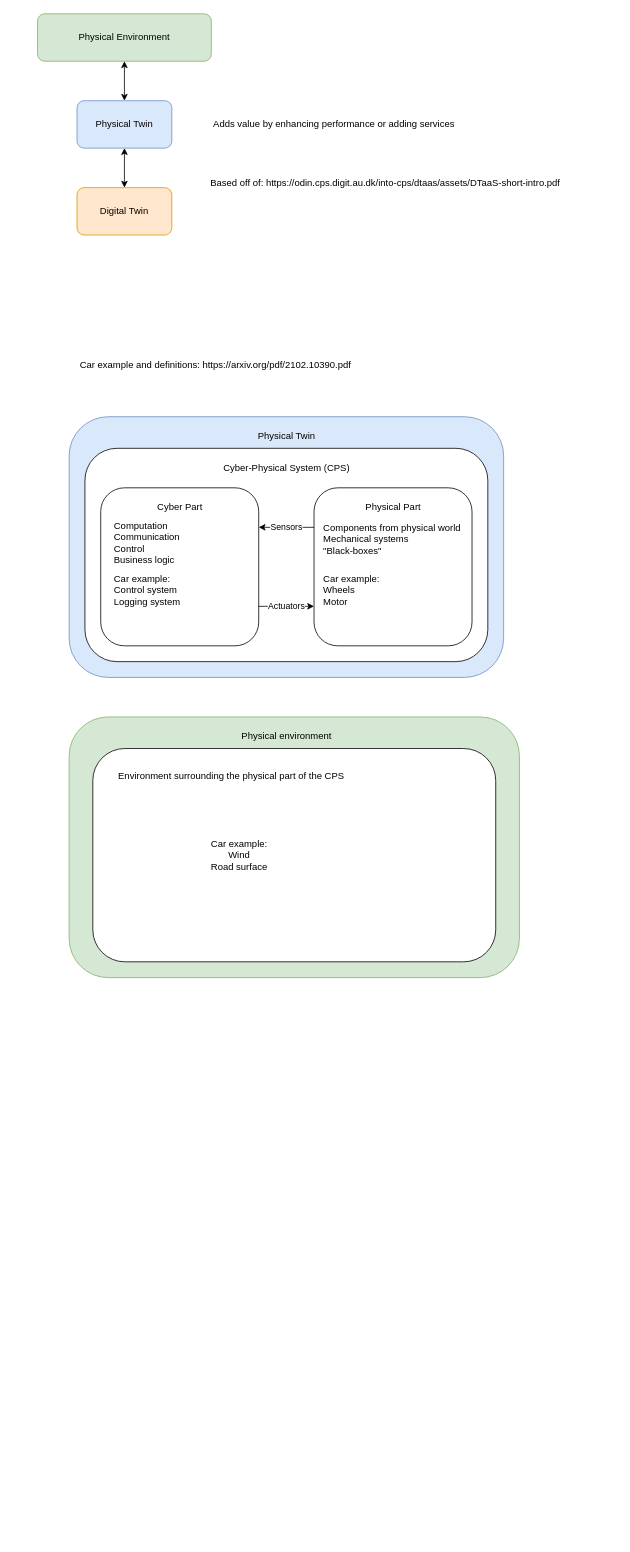
mortenhaahr/ThesisPlayground keeps this draw.io diagram as page "Page-1" (1 of 2) of drawings/digital_twin_overview.drawio. Above is the earlier version. Source tidied: cells renumbered, new cells numbered last; positions are measured from the earlier drawing's top-left corner, leaving out a move shared by most shapes. Both pictures are drawn from the tidied source at 79%, with x=0, y=0 at pixel (37, 13).
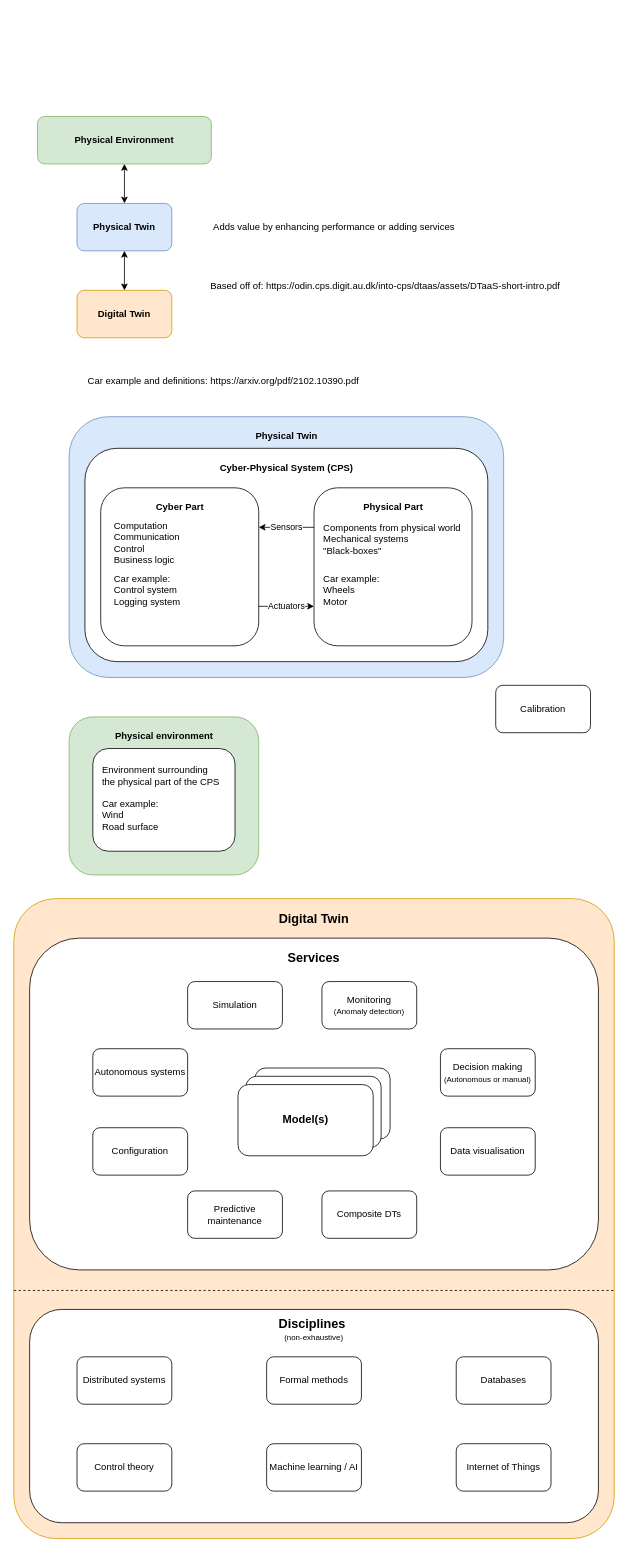
The same diagram, later.

Commit message (it also covers changes not shown here):
Worked on diagram

Diff of the diagram source:
```diff
@@
-    <mxCell id="2" value="Physical Environment" style="rounded=1;whiteSpace=wrap;html=1;fillColor=#d5e8d4;strokeColor=#82b366;" parent="1" vertex="1">
-      <mxGeometry width="220" height="60" as="geometry" />
+    <mxCell id="2" value="&lt;b&gt;Physical Environment&lt;/b&gt;" style="rounded=1;whiteSpace=wrap;html=1;fillColor=#d5e8d4;strokeColor=#82b366;" parent="1" vertex="1">
+      <mxGeometry y="130" width="220" height="60" as="geometry" />
     </mxCell>
@@
-    <mxCell id="4" value="Physical Twin" style="rounded=1;whiteSpace=wrap;html=1;fillColor=#dae8fc;strokeColor=#6c8ebf;" parent="1" vertex="1">
-      <mxGeometry x="50" y="110" width="120" height="60" as="geometry" />
+    <mxCell id="4" value="&lt;b&gt;Physical Twin&lt;/b&gt;" style="rounded=1;whiteSpace=wrap;html=1;fillColor=#dae8fc;strokeColor=#6c8ebf;" parent="1" vertex="1">
+      <mxGeometry x="50" y="240" width="120" height="60" as="geometry" />
     </mxCell>
@@
-    <mxCell id="6" value="Digital Twin" style="rounded=1;whiteSpace=wrap;html=1;fillColor=#ffe6cc;strokeColor=#d79b00;" parent="1" vertex="1">
-      <mxGeometry x="50" y="220" width="120" height="60" as="geometry" />
+    <mxCell id="6" value="&lt;b&gt;Digital Twin&lt;/b&gt;" style="rounded=1;whiteSpace=wrap;html=1;fillColor=#ffe6cc;strokeColor=#d79b00;" parent="1" vertex="1">
+      <mxGeometry x="50" y="350" width="120" height="60" as="geometry" />
     </mxCell>
     <mxCell id="7" value="Adds value by enhancing performance or adding services" style="text;html=1;align=center;verticalAlign=middle;strokeColor=none;fillColor=none;" parent="1" vertex="1">
-      <mxGeometry x="205" y="125" width="340" height="30" as="geometry" />
+      <mxGeometry x="205" y="255" width="340" height="30" as="geometry" />
     </mxCell>
     <mxCell id="8" value="Based off of:&amp;nbsp;https://odin.cps.digit.au.dk/into-cps/dtaas/assets/DTaaS-short-intro.pdf" style="text;html=1;align=center;verticalAlign=middle;strokeColor=none;fillColor=none;" parent="1" vertex="1">
-      <mxGeometry x="205" y="200" width="470" height="30" as="geometry" />
+      <mxGeometry x="205" y="330" width="470" height="30" as="geometry" />
     </mxCell>
@@
-    <mxCell id="11" value="Physical Twin" style="text;html=1;align=center;verticalAlign=middle;strokeColor=none;fillColor=none;" parent="1" vertex="1">
+    <mxCell id="11" value="Physical Twin" style="text;html=1;align=center;verticalAlign=middle;strokeColor=none;fillColor=none;fontStyle=1;" parent="1" vertex="1">
       <mxGeometry x="265" y="520" width="100" height="30" as="geometry" />
     </mxCell>
-    <mxCell id="12" value="Cyber-Physical System (CPS)" style="text;html=1;align=center;verticalAlign=middle;strokeColor=none;fillColor=none;" parent="1" vertex="1">
+    <mxCell id="12" value="Cyber-Physical System (CPS)" style="text;html=1;align=center;verticalAlign=middle;strokeColor=none;fillColor=none;fontStyle=1;" parent="1" vertex="1">
       <mxGeometry x="220" y="560" width="190" height="30" as="geometry" />
     </mxCell>
@@
-    <mxCell id="15" value="Cyber Part" style="text;html=1;align=center;verticalAlign=middle;strokeColor=none;fillColor=none;" parent="1" vertex="1">
-      <mxGeometry x="140" y="610" width="80" height="30" as="geometry" />
+    <mxCell id="15" value="Cyber Part" style="text;html=1;align=center;verticalAlign=middle;strokeColor=none;fillColor=none;fontStyle=1;" parent="1" vertex="1">
+      <mxGeometry x="135" y="610" width="90" height="30" as="geometry" />
     </mxCell>
-    <mxCell id="16" value="Physical Part" style="text;html=1;align=center;verticalAlign=middle;strokeColor=none;fillColor=none;" parent="1" vertex="1">
-      <mxGeometry x="405" y="610" width="90" height="30" as="geometry" />
+    <mxCell id="16" value="Physical Part" style="text;html=1;align=center;verticalAlign=middle;strokeColor=none;fillColor=none;fontStyle=1;" parent="1" vertex="1">
+      <mxGeometry x="400" y="610" width="100" height="30" as="geometry" />
     </mxCell>
@@
-    <mxCell id="18" value="&lt;div style=&quot;text-align: left;&quot;&gt;&lt;br&gt;&lt;/div&gt;" style="text;html=1;align=center;verticalAlign=middle;strokeColor=none;fillColor=none;" parent="1" vertex="1">
-      <mxGeometry x="580" y="405" width="20" height="30" as="geometry" />
-    </mxCell>
@@
     <mxCell id="24" value="Car example and definitions:&amp;nbsp;https://arxiv.org/pdf/2102.10390.pdf" style="text;html=1;align=center;verticalAlign=middle;strokeColor=none;fillColor=none;" parent="1" vertex="1">
-      <mxGeometry x="40" y="430" width="370" height="30" as="geometry" />
+      <mxGeometry x="50" y="450" width="370" height="30" as="geometry" />
     </mxCell>
     <mxCell id="25" style="rounded=1;whiteSpace=wrap;html=1;fillColor=#d5e8d4;strokeColor=#82b366;" parent="1" vertex="1">
-      <mxGeometry x="40" y="890" width="570" height="330" as="geometry" />
+      <mxGeometry x="40" y="890" width="240" height="200" as="geometry" />
     </mxCell>
-    <mxCell id="26" value="Physical environment" style="text;html=1;align=center;verticalAlign=middle;strokeColor=none;fillColor=none;" parent="1" vertex="1">
-      <mxGeometry x="245" y="900" width="140" height="30" as="geometry" />
+    <mxCell id="26" value="Physical environment" style="text;html=1;align=center;verticalAlign=middle;strokeColor=none;fillColor=none;fontStyle=1;" parent="1" vertex="1">
+      <mxGeometry x="85" y="900" width="150" height="30" as="geometry" />
     </mxCell>
     <mxCell id="27" style="rounded=1;whiteSpace=wrap;html=1;" parent="1" vertex="1">
-      <mxGeometry x="70" y="930" width="510" height="270" as="geometry" />
+      <mxGeometry x="70" y="930" width="180" height="130" as="geometry" />
     </mxCell>
-    <mxCell id="28" value="Environment surrounding the physical part of the CPS" style="text;html=1;align=center;verticalAlign=middle;strokeColor=none;fillColor=none;" parent="1" vertex="1">
-      <mxGeometry x="90" y="950" width="310" height="30" as="geometry" />
+    <mxCell id="28" value="Environment surrounding&lt;br&gt;the physical part of the CPS" style="text;html=1;align=left;verticalAlign=middle;strokeColor=none;fillColor=none;" parent="1" vertex="1">
+      <mxGeometry x="80" y="945" width="170" height="40" as="geometry" />
     </mxCell>
-    <mxCell id="29" value="Car example:&lt;br&gt;Wind&lt;br&gt;Road surface" style="text;html=1;align=center;verticalAlign=middle;strokeColor=none;fillColor=none;" parent="1" vertex="1">
-      <mxGeometry x="205" y="1035" width="100" height="60" as="geometry" />
+    <mxCell id="29" value="Car example:&lt;br&gt;Wind&lt;br&gt;Road surface" style="text;html=1;align=left;verticalAlign=middle;strokeColor=none;fillColor=none;" parent="1" vertex="1">
+      <mxGeometry x="80" y="985" width="100" height="60" as="geometry" />
     </mxCell>
+    <mxCell id="30" value="Calibration" style="rounded=1;whiteSpace=wrap;html=1;" parent="1" vertex="1">
+      <mxGeometry x="580" y="850" width="120" height="60" as="geometry" />
+    </mxCell>
+    <mxCell id="31" style="rounded=1;whiteSpace=wrap;html=1;fillColor=#ffe6cc;strokeColor=#d79b00;arcSize=7;" parent="1" vertex="1">
+      <mxGeometry x="-30" y="1120" width="760" height="810" as="geometry" />
+    </mxCell>
+    <mxCell id="32" style="rounded=1;whiteSpace=wrap;html=1;" parent="1" vertex="1">
+      <mxGeometry x="-10" y="1170" width="720" height="420" as="geometry" />
+    </mxCell>
+    <mxCell id="33" value="&lt;font style=&quot;font-size: 16px;&quot;&gt;Digital Twin&lt;/font&gt;" style="text;html=1;strokeColor=none;fillColor=none;align=center;verticalAlign=middle;whiteSpace=wrap;rounded=0;fontStyle=1;" parent="1" vertex="1">
+      <mxGeometry x="211.9" y="1120" width="276.2" height="50" as="geometry" />
+    </mxCell>
+    <mxCell id="34" value="&lt;b&gt;&lt;font style=&quot;font-size: 16px;&quot;&gt;Services&lt;/font&gt;&lt;/b&gt;" style="text;html=1;strokeColor=none;fillColor=none;align=center;verticalAlign=middle;whiteSpace=wrap;rounded=0;" parent="1" vertex="1">
+      <mxGeometry x="320" y="1180" width="60" height="30" as="geometry" />
+    </mxCell>
+    <mxCell id="35" value="Simulation" style="rounded=1;whiteSpace=wrap;html=1;" parent="1" vertex="1">
+      <mxGeometry x="190" y="1225" width="120" height="60" as="geometry" />
+    </mxCell>
+    <mxCell id="36" value="Monitoring&lt;br&gt;&lt;font style=&quot;font-size: 10px;&quot;&gt;(Anomaly detection)&lt;/font&gt;" style="rounded=1;whiteSpace=wrap;html=1;" parent="1" vertex="1">
+      <mxGeometry x="360" y="1225" width="120" height="60" as="geometry" />
+    </mxCell>
+    <mxCell id="37" value="Decision making&lt;br&gt;&lt;font style=&quot;font-size: 10px;&quot;&gt;(Autonomous or manual)&lt;/font&gt;" style="rounded=1;whiteSpace=wrap;html=1;" parent="1" vertex="1">
+      <mxGeometry x="510" y="1310" width="120" height="60" as="geometry" />
+    </mxCell>
+    <mxCell id="38" value="Autonomous systems" style="rounded=1;whiteSpace=wrap;html=1;" parent="1" vertex="1">
+      <mxGeometry x="70" y="1310" width="120" height="60" as="geometry" />
+    </mxCell>
+    <mxCell id="39" value="Configuration" style="rounded=1;whiteSpace=wrap;html=1;" parent="1" vertex="1">
+      <mxGeometry x="70" y="1410" width="120" height="60" as="geometry" />
+    </mxCell>
+    <mxCell id="40" value="Predictive maintenance" style="rounded=1;whiteSpace=wrap;html=1;" parent="1" vertex="1">
+      <mxGeometry x="190" y="1490" width="120" height="60" as="geometry" />
+    </mxCell>
+    <mxCell id="41" value="Composite DTs" style="rounded=1;whiteSpace=wrap;html=1;" parent="1" vertex="1">
+      <mxGeometry x="360" y="1490" width="120" height="60" as="geometry" />
+    </mxCell>
+    <mxCell id="42" value="Data visualisation" style="rounded=1;whiteSpace=wrap;html=1;" parent="1" vertex="1">
+      <mxGeometry x="510" y="1410" width="120" height="60" as="geometry" />
+    </mxCell>
+    <mxCell id="43" style="group;" parent="1" vertex="1">
+      <mxGeometry x="253.8" y="1334.4" width="192.5" height="111.2" as="geometry" />
+    </mxCell>
+    <mxCell id="44" style="rounded=1;whiteSpace=wrap;html=1;" parent="43" vertex="1">
+      <mxGeometry x="21.4" width="171.1" height="90.1" as="geometry" />
+    </mxCell>
+    <mxCell id="45" style="rounded=1;whiteSpace=wrap;html=1;" parent="43" vertex="1">
+      <mxGeometry x="10" y="10.5" width="171.1" height="90.1" as="geometry" />
+    </mxCell>
+    <mxCell id="46" value="&lt;font style=&quot;font-size: 14px;&quot;&gt;&lt;b&gt;Model(s)&lt;/b&gt;&lt;/font&gt;" style="rounded=1;whiteSpace=wrap;html=1;" parent="43" vertex="1">
+      <mxGeometry y="21" width="171.1" height="90.1" as="geometry" />
+    </mxCell>
+    <mxCell id="47" style="endArrow=none;dashed=1;html=1;rounded=0;entryX=1.001;entryY=0.584;entryDx=0;entryDy=0;entryPerimeter=0;exitX=0;exitY=0.584;exitDx=0;exitDy=0;exitPerimeter=0;" parent="1" edge="1">
+      <mxGeometry relative="1" as="geometry">
+        <mxPoint x="-30" y="1616" as="sourcePoint" />
+        <mxPoint x="730.8" y="1616" as="targetPoint" />
+      </mxGeometry>
+    </mxCell>
+    <mxCell id="48" style="group;" parent="1" vertex="1">
+      <mxGeometry x="-10" y="1640" width="720" height="270" as="geometry" />
+    </mxCell>
+    <mxCell id="49" style="rounded=1;whiteSpace=wrap;html=1;" parent="48" vertex="1">
+      <mxGeometry width="720" height="270" as="geometry" />
+    </mxCell>
+    <mxCell id="50" value="&lt;b style=&quot;font-size: 16px;&quot;&gt;Disciplines&amp;nbsp;&lt;/b&gt;&lt;br&gt;&lt;font style=&quot;font-size: 10px;&quot;&gt;(non-exhaustive)&lt;/font&gt;" style="text;html=1;strokeColor=none;fillColor=none;align=center;verticalAlign=middle;whiteSpace=wrap;rounded=0;" parent="48" vertex="1">
+      <mxGeometry x="295" y="10" width="130" height="30" as="geometry" />
+    </mxCell>
+    <mxCell id="51" value="Distributed systems" style="rounded=1;whiteSpace=wrap;html=1;" parent="48" vertex="1">
+      <mxGeometry x="60" y="60" width="120" height="60" as="geometry" />
+    </mxCell>
+    <mxCell id="52" value="Databases" style="rounded=1;whiteSpace=wrap;html=1;" parent="48" vertex="1">
+      <mxGeometry x="540" y="60" width="120" height="60" as="geometry" />
+    </mxCell>
+    <mxCell id="53" value="Internet of Things" style="rounded=1;whiteSpace=wrap;html=1;" parent="48" vertex="1">
+      <mxGeometry x="540" y="170" width="120" height="60" as="geometry" />
+    </mxCell>
+    <mxCell id="54" value="Formal methods" style="rounded=1;whiteSpace=wrap;html=1;" parent="48" vertex="1">
+      <mxGeometry x="300" y="60" width="120" height="60" as="geometry" />
+    </mxCell>
+    <mxCell id="55" value="Machine learning / AI" style="rounded=1;whiteSpace=wrap;html=1;" parent="48" vertex="1">
+      <mxGeometry x="300" y="170" width="120" height="60" as="geometry" />
+    </mxCell>
+    <mxCell id="56" value="Control theory" style="rounded=1;whiteSpace=wrap;html=1;" parent="48" vertex="1">
+      <mxGeometry x="60" y="170" width="120" height="60" as="geometry" />
+    </mxCell>
```
